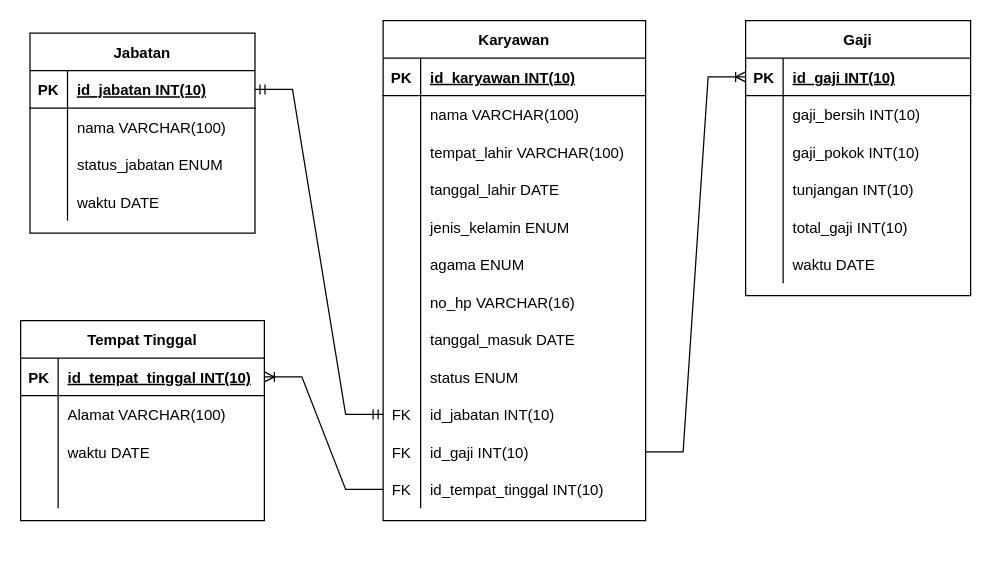
The draw.io diagram uts./ERD_Karyawan.drawio in salmanfazz/IF214002, before the edit. Source tidied: cells renumbered, new cells numbered last; positions are measured from the earlier drawing's top-left corner, leaving out a move shared by most shapes. Both pictures are drawn from the tidied source at 125%, with x=0, y=0 at pixel (20, 20).
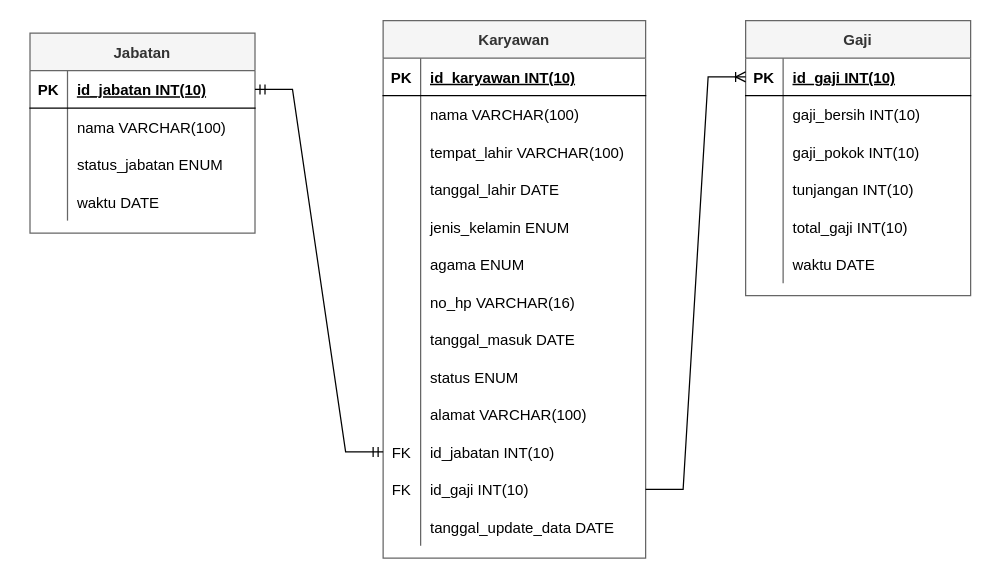
The same diagram, later.

The change refers to these unchanged cells:
```xml
<mxCell id="30" style="shape=tableRow;horizontal=0;startSize=0;swimlaneHead=0;swimlaneBody=0;fillColor=none;points=[[0,0.5],[1,0.5]];portConstraint=eastwest;top=0;left=0;right=0;bottom=0;" parent="2" vertex="1">
  <mxGeometry y="300" width="210" height="30" as="geometry" />
</mxCell>
<mxCell id="33" style="shape=tableRow;horizontal=0;startSize=0;swimlaneHead=0;swimlaneBody=0;fillColor=none;points=[[0,0.5],[1,0.5]];portConstraint=eastwest;top=0;left=0;right=0;bottom=0;" parent="2" vertex="1">
  <mxGeometry y="330" width="210" height="30" as="geometry" />
</mxCell>
<mxCell id="36" style="shape=tableRow;horizontal=0;startSize=0;swimlaneHead=0;swimlaneBody=0;fillColor=none;points=[[0,0.5],[1,0.5]];portConstraint=eastwest;top=0;left=0;right=0;bottom=0;" parent="2" vertex="1">
  <mxGeometry y="360" width="210" height="30" as="geometry" />
</mxCell>
<mxCell id="40" style="shape=tableRow;horizontal=0;startSize=0;swimlaneHead=0;swimlaneBody=0;fillColor=none;points=[[0,0.5],[1,0.5]];portConstraint=eastwest;top=0;left=0;right=0;bottom=1;" parent="39" vertex="1">
  <mxGeometry y="30" width="180" height="30" as="geometry" />
</mxCell>
<mxCell id="53" style="shape=tableRow;horizontal=0;startSize=0;swimlaneHead=0;swimlaneBody=0;fillColor=none;points=[[0,0.5],[1,0.5]];portConstraint=eastwest;top=0;left=0;right=0;bottom=1;" parent="52" vertex="1">
  <mxGeometry y="30" width="180" height="30" as="geometry" />
</mxCell>
```

Change to the diagram source:
```diff
@@
-    <mxCell id="2" value="Karyawan" style="shape=table;startSize=30;childLayout=tableLayout;rowLines=0;fontStyle=1;align=center;" parent="1" vertex="1">
-      <mxGeometry x="290" width="210" height="400" as="geometry" />
+    <mxCell id="2" value="Karyawan" style="shape=table;startSize=30;childLayout=tableLayout;rowLines=0;fontStyle=1;align=center;fillColor=#f5f5f5;fontColor=#333333;strokeColor=#666666;" parent="1" vertex="1">
+      <mxGeometry x="290" width="210" height="430" as="geometry" />
     </mxCell>
@@
-    <mxCell id="31" value="FK" style="shape=partialRectangle;fillColor=none;top=0;left=0;bottom=0;right=0;overflow=hidden;" parent="30" vertex="1">
+    <mxCell id="31" style="shape=partialRectangle;fillColor=none;top=0;left=0;bottom=0;right=0;overflow=hidden;" parent="30" vertex="1">
       <mxGeometry width="30" height="30" as="geometry" />
     </mxCell>
-    <mxCell id="32" value="id_jabatan INT(10)" style="shape=partialRectangle;fillColor=none;top=0;left=0;bottom=0;right=0;align=left;spacingLeft=6;overflow=hidden;" parent="30" vertex="1">
+    <mxCell id="32" style="shape=partialRectangle;fillColor=none;top=0;left=0;bottom=0;right=0;align=left;spacingLeft=6;overflow=hidden;" parent="30" vertex="1">
       <mxGeometry x="30" width="180" height="30" as="geometry" />
     </mxCell>
@@
-    <mxCell id="35" value="id_gaji INT(10)" style="shape=partialRectangle;fillColor=none;top=0;left=0;bottom=0;right=0;align=left;spacingLeft=6;overflow=hidden;" parent="33" vertex="1">
+    <mxCell id="35" style="shape=partialRectangle;fillColor=none;top=0;left=0;bottom=0;right=0;align=left;spacingLeft=6;overflow=hidden;" parent="33" vertex="1">
       <mxGeometry x="30" width="180" height="30" as="geometry" />
     </mxCell>
@@
-    <mxCell id="38" value="id_tempat_tinggal INT(10)" style="shape=partialRectangle;fillColor=none;top=0;left=0;bottom=0;right=0;align=left;spacingLeft=6;overflow=hidden;" parent="36" vertex="1">
+    <mxCell id="38" value="id_gaji INT(10)" style="shape=partialRectangle;fillColor=none;top=0;left=0;bottom=0;right=0;align=left;spacingLeft=6;overflow=hidden;" parent="36" vertex="1">
       <mxGeometry x="30" width="180" height="30" as="geometry" />
     </mxCell>
+    <mxCell id="87" style="shape=tableRow;horizontal=0;startSize=0;swimlaneHead=0;swimlaneBody=0;fillColor=none;top=0;left=0;right=0;bottom=0;" parent="2" vertex="1">
+      <mxGeometry y="390" width="210" height="30" as="geometry" />
+    </mxCell>
+    <mxCell id="88" style="shape=partialRectangle;fillColor=none;top=0;left=0;bottom=0;right=0;overflow=hidden;" parent="87" vertex="1">
+      <mxGeometry width="30" height="30" as="geometry" />
+    </mxCell>
+    <mxCell id="89" value="tanggal_update_data DATE" style="shape=partialRectangle;fillColor=none;top=0;left=0;bottom=0;right=0;align=left;spacingLeft=6;overflow=hidden;" parent="87" vertex="1">
+      <mxGeometry x="30" width="180" height="30" as="geometry" />
+    </mxCell>
-    <mxCell id="39" value="Jabatan" style="shape=table;startSize=30;childLayout=tableLayout;rowLines=0;fontStyle=1;align=center;" parent="1" vertex="1">
+    <mxCell id="39" value="Jabatan" style="shape=table;startSize=30;childLayout=tableLayout;rowLines=0;fontStyle=1;align=center;fillColor=#f5f5f5;fontColor=#333333;strokeColor=#666666;" parent="1" vertex="1">
       <mxGeometry x="7.5" y="10" width="180" height="160" as="geometry" />
     </mxCell>
@@
-    <mxCell id="52" value="Gaji" style="shape=table;startSize=30;childLayout=tableLayout;rowLines=0;fontStyle=1;align=center;" parent="1" vertex="1">
+    <mxCell id="52" value="Gaji" style="shape=table;startSize=30;childLayout=tableLayout;rowLines=0;fontStyle=1;align=center;fillColor=#f5f5f5;fontColor=#333333;strokeColor=#666666;" parent="1" vertex="1">
       <mxGeometry x="580" width="180" height="220" as="geometry" />
     </mxCell>
@@
-    <mxCell id="71" value="Tempat Tinggal" style="shape=table;startSize=30;childLayout=tableLayout;rowLines=0;fontStyle=1;align=center;" parent="1" vertex="1">
-      <mxGeometry y="240" width="195" height="160" as="geometry" />
-    </mxCell>
-    <mxCell id="72" style="shape=tableRow;horizontal=0;startSize=0;swimlaneHead=0;swimlaneBody=0;fillColor=none;points=[[0,0.5],[1,0.5]];portConstraint=eastwest;top=0;left=0;right=0;bottom=1;" parent="71" vertex="1">
-      <mxGeometry y="30" width="195" height="30" as="geometry" />
-    </mxCell>
-    <mxCell id="73" value="PK" style="shape=partialRectangle;fillColor=none;top=0;left=0;bottom=0;right=0;fontStyle=1;overflow=hidden;" parent="72" vertex="1">
-      <mxGeometry width="30" height="30" as="geometry" />
-    </mxCell>
-    <mxCell id="74" value="id_tempat_tinggal INT(10)" style="shape=partialRectangle;fillColor=none;top=0;left=0;bottom=0;right=0;align=left;spacingLeft=6;fontStyle=5;overflow=hidden;" parent="72" vertex="1">
-      <mxGeometry x="30" width="165" height="30" as="geometry" />
-    </mxCell>
-    <mxCell id="75" style="shape=tableRow;horizontal=0;startSize=0;swimlaneHead=0;swimlaneBody=0;fillColor=none;top=0;left=0;right=0;bottom=0;" parent="71" vertex="1">
-      <mxGeometry y="60" width="195" height="30" as="geometry" />
-    </mxCell>
-    <mxCell id="76" style="shape=partialRectangle;fillColor=none;top=0;left=0;bottom=0;right=0;overflow=hidden;" parent="75" vertex="1">
-      <mxGeometry width="30" height="30" as="geometry" />
-    </mxCell>
-    <mxCell id="77" value="Alamat VARCHAR(100)" style="shape=partialRectangle;fillColor=none;top=0;left=0;bottom=0;right=0;align=left;spacingLeft=6;overflow=hidden;" parent="75" vertex="1">
-      <mxGeometry x="30" width="165" height="30" as="geometry" />
-    </mxCell>
-    <mxCell id="78" style="shape=tableRow;horizontal=0;startSize=0;swimlaneHead=0;swimlaneBody=0;fillColor=none;top=0;left=0;right=0;bottom=0;" parent="71" vertex="1">
-      <mxGeometry y="90" width="195" height="30" as="geometry" />
-    </mxCell>
-    <mxCell id="79" style="shape=partialRectangle;fillColor=none;top=0;left=0;bottom=0;right=0;overflow=hidden;" parent="78" vertex="1">
-      <mxGeometry width="30" height="30" as="geometry" />
-    </mxCell>
-    <mxCell id="80" value="waktu DATE" style="shape=partialRectangle;fillColor=none;top=0;left=0;bottom=0;right=0;align=left;spacingLeft=6;overflow=hidden;" parent="78" vertex="1">
-      <mxGeometry x="30" width="165" height="30" as="geometry" />
-    </mxCell>
-    <mxCell id="81" style="shape=tableRow;horizontal=0;startSize=0;swimlaneHead=0;swimlaneBody=0;fillColor=none;top=0;left=0;right=0;bottom=0;" parent="71" vertex="1">
-      <mxGeometry y="120" width="195" height="30" as="geometry" />
-    </mxCell>
-    <mxCell id="82" style="shape=partialRectangle;fillColor=none;top=0;left=0;bottom=0;right=0;overflow=hidden;" parent="81" vertex="1">
-      <mxGeometry width="30" height="30" as="geometry" />
-    </mxCell>
-    <mxCell id="83" style="shape=partialRectangle;fillColor=none;top=0;left=0;bottom=0;right=0;align=left;spacingLeft=6;overflow=hidden;" parent="81" vertex="1">
-      <mxGeometry x="30" width="165" height="30" as="geometry" />
-    </mxCell>
-    <mxCell id="84" style="edgeStyle=entityRelationEdgeStyle;fontSize=12;html=1;endArrow=ERoneToMany;rounded=0;exitX=0;exitY=0.5;exitDx=0;exitDy=0;entryX=1;entryY=0.5;entryDx=0;entryDy=0;" parent="1" edge="1" source="36" target="72">
-      <mxGeometry relative="1" as="geometry" />
-    </mxCell>
-    <mxCell id="85" style="edgeStyle=entityRelationEdgeStyle;fontSize=12;html=1;endArrow=ERoneToMany;rounded=0;exitX=1;exitY=0.5;exitDx=0;exitDy=0;entryX=0;entryY=0.5;entryDx=0;entryDy=0;" parent="1" edge="1" source="33" target="53">
+    <mxCell id="85" style="edgeStyle=entityRelationEdgeStyle;fontSize=12;html=1;endArrow=ERoneToMany;rounded=0;entryX=0;entryY=0.5;entryDx=0;entryDy=0;exitX=1;exitY=0.5;exitDx=0;exitDy=0;" parent="1" edge="1" source="36" target="53">
       <mxGeometry relative="1" as="geometry" />
     </mxCell>
-    <mxCell id="86" style="edgeStyle=entityRelationEdgeStyle;fontSize=12;html=1;endArrow=ERmandOne;startArrow=ERmandOne;rounded=0;exitX=1;exitY=0.5;exitDx=0;exitDy=0;entryX=0;entryY=0.5;entryDx=0;entryDy=0;" parent="1" edge="1" source="40" target="30">
-      <mxGeometry relative="1" as="geometry" />
-    </mxCell>
+    <mxCell id="90" style="shape=partialRectangle;fillColor=none;top=0;left=0;bottom=0;right=0;overflow=hidden;" parent="1" vertex="1">
+      <mxGeometry x="290" y="300" width="30" height="30" as="geometry" />
+    </mxCell>
+    <mxCell id="91" value="alamat VARCHAR(100)" style="shape=partialRectangle;fillColor=none;top=0;left=0;bottom=0;right=0;align=left;spacingLeft=6;overflow=hidden;" parent="1" vertex="1">
+      <mxGeometry x="320" y="300" width="180" height="30" as="geometry" />
+    </mxCell>
+    <mxCell id="92" value="id_jabatan INT(10)" style="shape=partialRectangle;fillColor=none;top=0;left=0;bottom=0;right=0;align=left;spacingLeft=6;overflow=hidden;" parent="1" vertex="1">
+      <mxGeometry x="320" y="330" width="180" height="30" as="geometry" />
+    </mxCell>
+    <mxCell id="93" style="edgeStyle=entityRelationEdgeStyle;fontSize=12;html=1;endArrow=ERmandOne;startArrow=ERmandOne;rounded=0;entryX=0;entryY=0.5;entryDx=0;entryDy=0;exitX=1;exitY=0.5;exitDx=0;exitDy=0;" parent="1" edge="1" source="40" target="33">
+      <mxGeometry relative="1" as="geometry" />
+    </mxCell>
```
